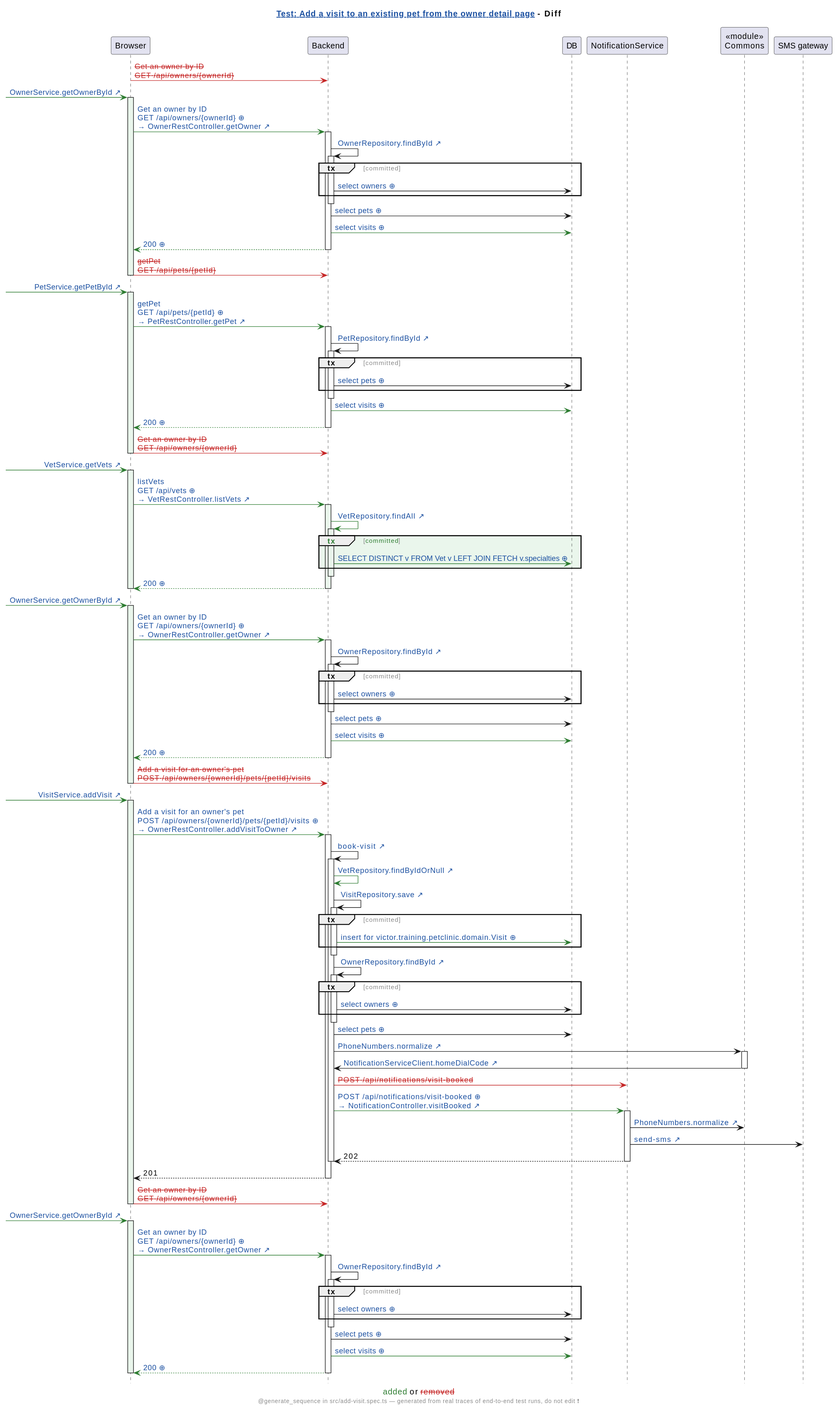
Earlier version of the PlantUML export demo/demo/assets/diagrams/petclinic-test_generated_add-visit.spec.ts.add-a-visit-to-an-existing-pet-from-the-owner-detail-page.genseq.diff.svg (victorrentea/human-review).
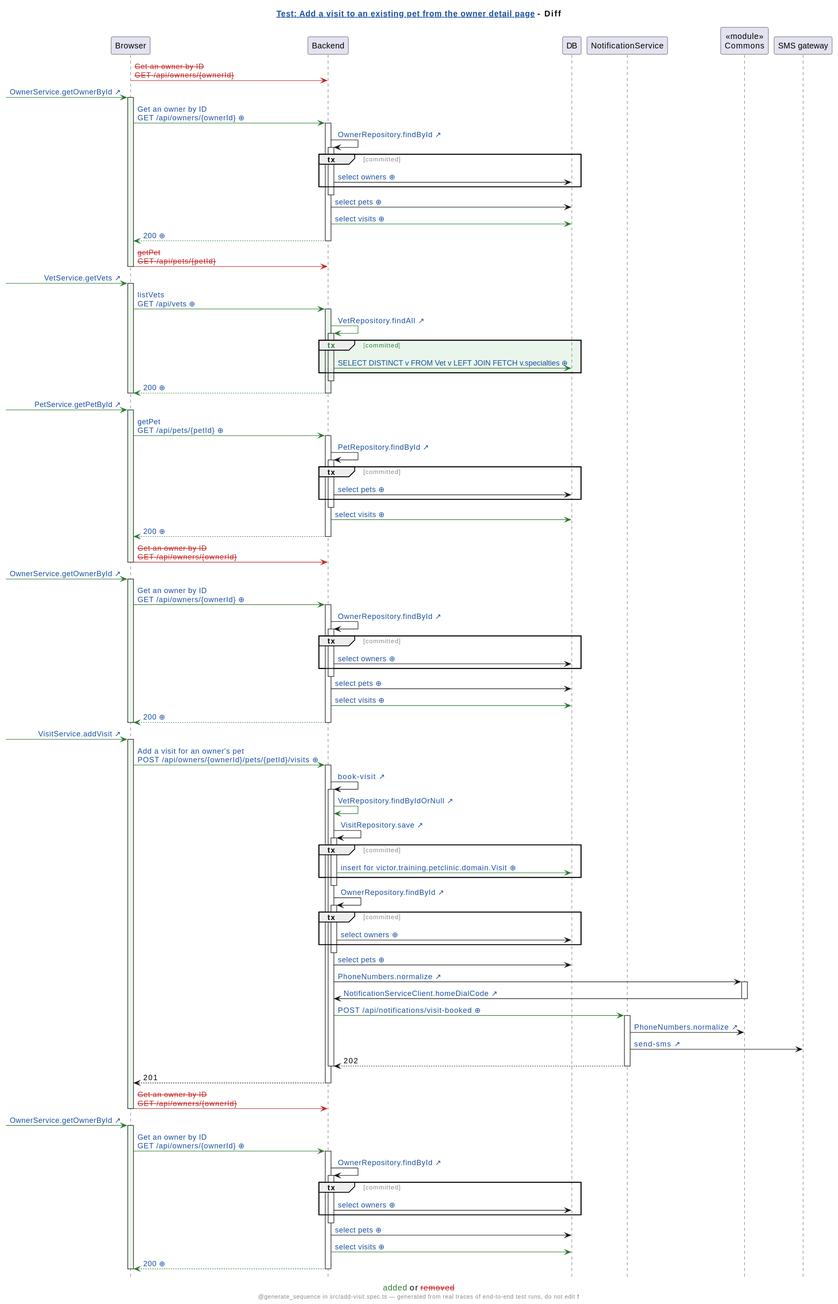
The same file after the commit.

The edit, as a diff of the source:
```diff
@@ -16,7 +16,7 @@
 Browser -[#C62828]> Backend: <color:#C62828><s>Get an owner by ID</s></color>\n<color:#C62828><s>GET /api/owners/{ownerId}</s></color>
 [-[#2E7D32]> Browser: [[src://petclinic-frontend/src/app/owners/owner-detail/owner-detail.component.ts:22{Click to open the line that sent this request: owner-detail.component.ts:22} OwnerService.getOwnerById ↗]]
 activate Browser #EAF6EC
-Browser -[#2E7D32]> Backend: [[genseq://18jo62a{Click for the request as it was sent} Get an owner by ID\nGET /api/owners/{ownerId} ⊕]]\n[[src://petclinic-backend/src/main/java/victor/training/petclinic/rest/OwnerRestController.java:113{Click to open OwnerRestController.getOwner} → OwnerRestController.getOwner ↗]]
+Browser -[#2E7D32]> Backend: [[genseq://0m8scc6{Click for the request as it was sent} Get an owner by ID\nGET /api/owners/{ownerId} ⊕]]
 activate Backend
 Backend -> Backend: [[src://petclinic-backend/src/main/java/victor/training/petclinic/repository/OwnerRepository.java:14{Click to open OwnerRepository.findById} OwnerRepository.findById ↗]]
 activate Backend
@@ -30,9 +30,22 @@
 deactivate Backend
 Browser -[#C62828]> Backend: <color:#C62828><s>getPet</s></color>\n<color:#C62828><s>GET /api/pets/{petId}</s></color>
 deactivate Browser
+[-[#2E7D32]> Browser: [[src://petclinic-frontend/src/app/visits/visit-add/visit-add.component.ts:46{Click to open the line that sent this request: visit-add.component.ts:46} VetService.getVets ↗]]
+activate Browser #EAF6EC
+Browser -[#2E7D32]> Backend: [[genseq://1ce7aux{Click for the request as it was sent} listVets\nGET /api/vets ⊕]]
+activate Backend #EAF6EC
+Backend -[#2E7D32]> Backend: [[src://petclinic-backend/src/main/java/victor/training/petclinic/repository/VetRepository.java:13{Click to open VetRepository.findAll} VetRepository.findAll ↗]]
+activate Backend #EAF6EC
+group #EAF6EC <color:#2E7D32>tx</color> [<color:#2E7D32>committed</color>]
+Backend -[#2E7D32]> DB: [[genseq://0p6yxbc{Click for the statement behind this call} SELECT DISTINCT v FROM Vet v LEFT JOIN FETCH v.specialties ⊕]]
+end
+deactivate Backend
+Backend -[#2E7D32]-> Browser: [[genseq://1nmg2oo{Click for this call’s JSON body} 200 ⊕]]
+deactivate Backend
+deactivate Browser
 [-[#2E7D32]> Browser: [[src://petclinic-frontend/src/app/visits/visit-add/visit-add.component.ts:48{Click to open the line that sent this request: visit-add.component.ts:48} PetService.getPetById ↗]]
 activate Browser #EAF6EC
-Browser -[#2E7D32]> Backend: [[genseq://05e03mm{Click for the request as it was sent} getPet\nGET /api/pets/{petId} ⊕]]\n[[src://petclinic-backend/src/main/java/victor/training/petclinic/rest/PetRestController.java:33{Click to open PetRestController.getPet} → PetRestController.getPet ↗]]
+Browser -[#2E7D32]> Backend: [[genseq://0ranhxm{Click for the request as it was sent} getPet\nGET /api/pets/{petId} ⊕]]
 activate Backend
 Backend -> Backend: [[src://petclinic-backend/src/main/java/victor/training/petclinic/repository/PetRepository.java:16{Click to open PetRepository.findById} PetRepository.findById ↗]]
 activate Backend
@@ -45,22 +58,9 @@
 deactivate Backend
 Browser -[#C62828]> Backend: <color:#C62828><s>Get an owner by ID</s></color>\n<color:#C62828><s>GET /api/owners/{ownerId}</s></color>
 deactivate Browser
-[-[#2E7D32]> Browser: [[src://petclinic-frontend/src/app/visits/visit-add/visit-add.component.ts:46{Click to open the line that sent this request: visit-add.component.ts:46} VetService.getVets ↗]]
-activate Browser #EAF6EC
-Browser -[#2E7D32]> Backend: [[genseq://18kpp45{Click for the request as it was sent} listVets\nGET /api/vets ⊕]]\n[[src://petclinic-backend/src/main/java/victor/training/petclinic/rest/VetRestController.java:53{Click to open VetRestController.listVets} → VetRestController.listVets ↗]]
-activate Backend #EAF6EC
-Backend -[#2E7D32]> Backend: [[src://petclinic-backend/src/main/java/victor/training/petclinic/repository/VetRepository.java:13{Click to open VetRepository.findAll} VetRepository.findAll ↗]]
-activate Backend #EAF6EC
-group #EAF6EC <color:#2E7D32>tx</color> [<color:#2E7D32>committed</color>]
-Backend -[#2E7D32]> DB: [[genseq://0p6yxbc{Click for the statement behind this call} SELECT DISTINCT v FROM Vet v LEFT JOIN FETCH v.specialties ⊕]]
-end
-deactivate Backend
-Backend -[#2E7D32]-> Browser: [[genseq://1nmg2oo{Click for this call’s JSON body} 200 ⊕]]
-deactivate Backend
-deactivate Browser
 [-[#2E7D32]> Browser: [[src://petclinic-frontend/src/app/visits/visit-add/visit-add.component.ts:53{Click to open the line that sent this request: visit-add.component.ts:53} OwnerService.getOwnerById ↗]]
 activate Browser #EAF6EC
-Browser -[#2E7D32]> Backend: [[genseq://18jo62a{Click for the request as it was sent} Get an owner by ID\nGET /api/owners/{ownerId} ⊕]]\n[[src://petclinic-backend/src/main/java/victor/training/petclinic/rest/OwnerRestController.java:113{Click to open OwnerRestController.getOwner} → OwnerRestController.getOwner ↗]]
+Browser -[#2E7D32]> Backend: [[genseq://0m8scc6{Click for the request as it was sent} Get an owner by ID\nGET /api/owners/{ownerId} ⊕]]
 activate Backend
 Backend -> Backend: [[src://petclinic-backend/src/main/java/victor/training/petclinic/repository/OwnerRepository.java:14{Click to open OwnerRepository.findById} OwnerRepository.findById ↗]]
 activate Backend
@@ -72,11 +72,10 @@
 Backend -[#2E7D32]> DB: [[genseq://1eq1h2q{Click for the statement behind this call} select visits ⊕]]
 Backend -[#2E7D32]-> Browser: [[genseq://1bhasc1{Click for this call’s JSON body} 200 ⊕]]
 deactivate Backend
-Browser -[#C62828]> Backend: <color:#C62828><s>Add a visit for an owner's pet</s></color>\n<color:#C62828><s>POST /api/owners/{ownerId}/pets/{petId}/visits</s></color>
 deactivate Browser
 [-[#2E7D32]> Browser: [[src://petclinic-frontend/src/app/visits/visit-add/visit-add.component.ts:69{Click to open the line that sent this request: visit-add.component.ts:69 ← visit-add.component.html:25} VisitService.addVisit ↗]]
 activate Browser #EAF6EC
-Browser -[#2E7D32]> Backend: [[genseq://0jfza5n{Click for the request as it was sent} Add a visit for an owner's pet\nPOST /api/owners/{ownerId}/pets/{petId}/visits ⊕]]\n[[src://petclinic-backend/src/main/java/victor/training/petclinic/rest/OwnerRestController.java:177{Click to open OwnerRestController.addVisitToOwner} → OwnerRestController.addVisitToOwner ↗]]
+Browser -[#2E7D32]> Backend: [[genseq://0nhf3d3{Click for the request as it was sent} Add a visit for an owner's pet\nPOST /api/owners/{ownerId}/pets/{petId}/visits ⊕]]
 activate Backend
 Backend -> Backend: [[src://petclinic-backend/src/main/java/victor/training/petclinic/rest/OwnerRestController.java:193{Click to open OwnerRestController.bookVisit} book-visit ↗]]
 activate Backend
@@ -84,7 +83,7 @@
 Backend -> Backend: [[src://petclinic-backend/src/main/java/victor/training/petclinic/repository/VisitRepository.java:14{Click to open VisitRepository.save} VisitRepository.save ↗]]
 activate Backend
 group tx [committed]
-Backend -[#2E7D32]> DB: [[genseq://14g6ded{Click for the statement behind this call} insert for victor.training.petclinic.domain.Visit ⊕]]
+Backend -[#2E7D32]> DB: [[genseq://0v1528l{Click for the statement behind this call} insert for victor.training.petclinic.domain.Visit ⊕]]
 end
 deactivate Backend
 Backend -> Backend: [[src://petclinic-backend/src/main/java/victor/training/petclinic/repository/OwnerRepository.java:14{Click to open OwnerRepository.findById} OwnerRepository.findById ↗]]
@@ -98,8 +97,7 @@
 activate Commons
 Commons -> Backend: [[src://petclinic-backend/src/main/java/victor/training/petclinic/notification/NotificationServiceClient.java:45{Click to open NotificationServiceClient.homeDialCode} NotificationServiceClient.homeDialCode ↗]]
 deactivate Commons
-Backend -[#C62828]> NotificationService: <color:#C62828><s>POST /api/notifications/visit-booked</s></color>
-Backend -[#2E7D32]> NotificationService: [[genseq://00gfug0{Click for the request as it was sent} POST /api/notifications/visit-booked ⊕]]\n[[src://notification-service/src/main/java/victor/training/notification/NotificationController.java:21{Click to open NotificationController.visitBooked} → NotificationController.visitBooked ↗]]
+Backend -[#2E7D32]> NotificationService: [[genseq://00gfug0{Click for the request as it was sent} POST /api/notifications/visit-booked ⊕]]
 activate NotificationService
 NotificationService -> Commons: [[src://petclinic-commons/src/main/java/victor/training/commons/PhoneNumbers.java:8{Click to open PhoneNumbers.normalize} PhoneNumbers.normalize ↗]]
 NotificationService -> "SMS gateway": [[src://notification-service/src/main/java/victor/training/notification/SmsGateway.java:23{Click to open SmsGateway.send} send-sms ↗]]
@@ -112,7 +110,7 @@
 deactivate Browser
 [-[#2E7D32]> Browser: [[src://petclinic-frontend/src/app/owners/owner-detail/owner-detail.component.ts:22{Click to open the line that sent this request: owner-detail.component.ts:22} OwnerService.getOwnerById ↗]]
 activate Browser #EAF6EC
-Browser -[#2E7D32]> Backend: [[genseq://18jo62a{Click for the request as it was sent} Get an owner by ID\nGET /api/owners/{ownerId} ⊕]]\n[[src://petclinic-backend/src/main/java/victor/training/petclinic/rest/OwnerRestController.java:113{Click to open OwnerRestController.getOwner} → OwnerRestController.getOwner ↗]]
+Browser -[#2E7D32]> Backend: [[genseq://0m8scc6{Click for the request as it was sent} Get an owner by ID\nGET /api/owners/{ownerId} ⊕]]
 activate Backend
 Backend -> Backend: [[src://petclinic-backend/src/main/java/victor/training/petclinic/repository/OwnerRepository.java:14{Click to open OwnerRepository.findById} OwnerRepository.findById ↗]]
 activate Backend
@@ -122,7 +120,7 @@
 deactivate Backend
 Backend -> DB: [[genseq://18567ho{Click for the statement behind this call} select pets ⊕]]
 Backend -[#2E7D32]> DB: [[genseq://1eq1h2q{Click for the statement behind this call} select visits ⊕]]
-Backend -[#2E7D32]-> Browser: [[genseq://11tdoe4{Click for this call’s JSON body} 200 ⊕]]
+Backend -[#2E7D32]-> Browser: [[genseq://18ymh90{Click for this call’s JSON body} 200 ⊕]]
 deactivate Backend
 deactivate Browser
 @enduml
```
